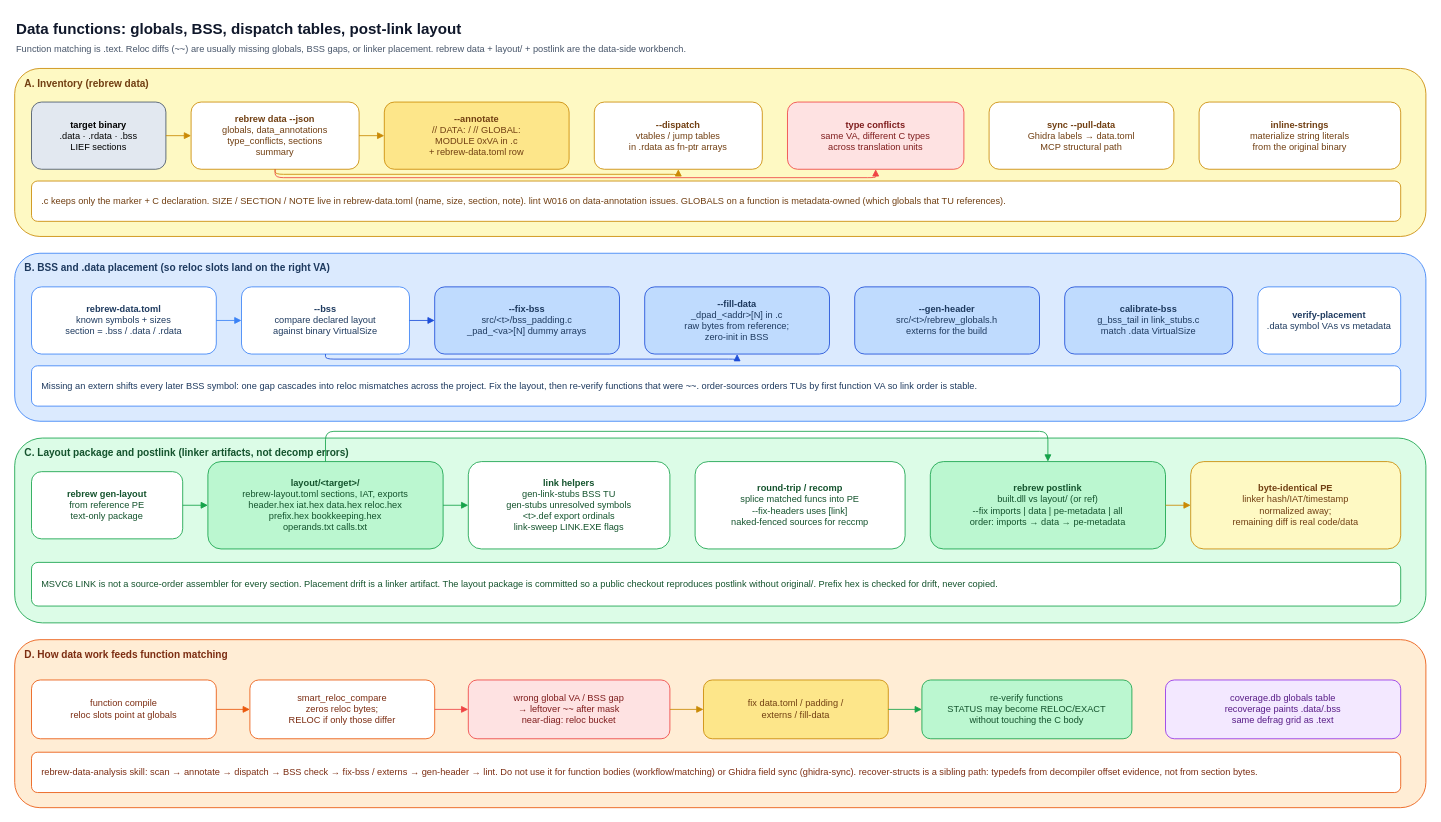
This is page "7. Data, globals, layout" (7 of 9) of docs/architecture.drawio from maci0/rebrew, a draw.io file, before an edit. Source tidied: cells renumbered, new cells numbered last; positions are measured from the earlier drawing's top-left corner, leaving out a move shared by most shapes. Both pictures are drawn from the tidied source at 84%, with x=0, y=0 at pixel (14, 14).
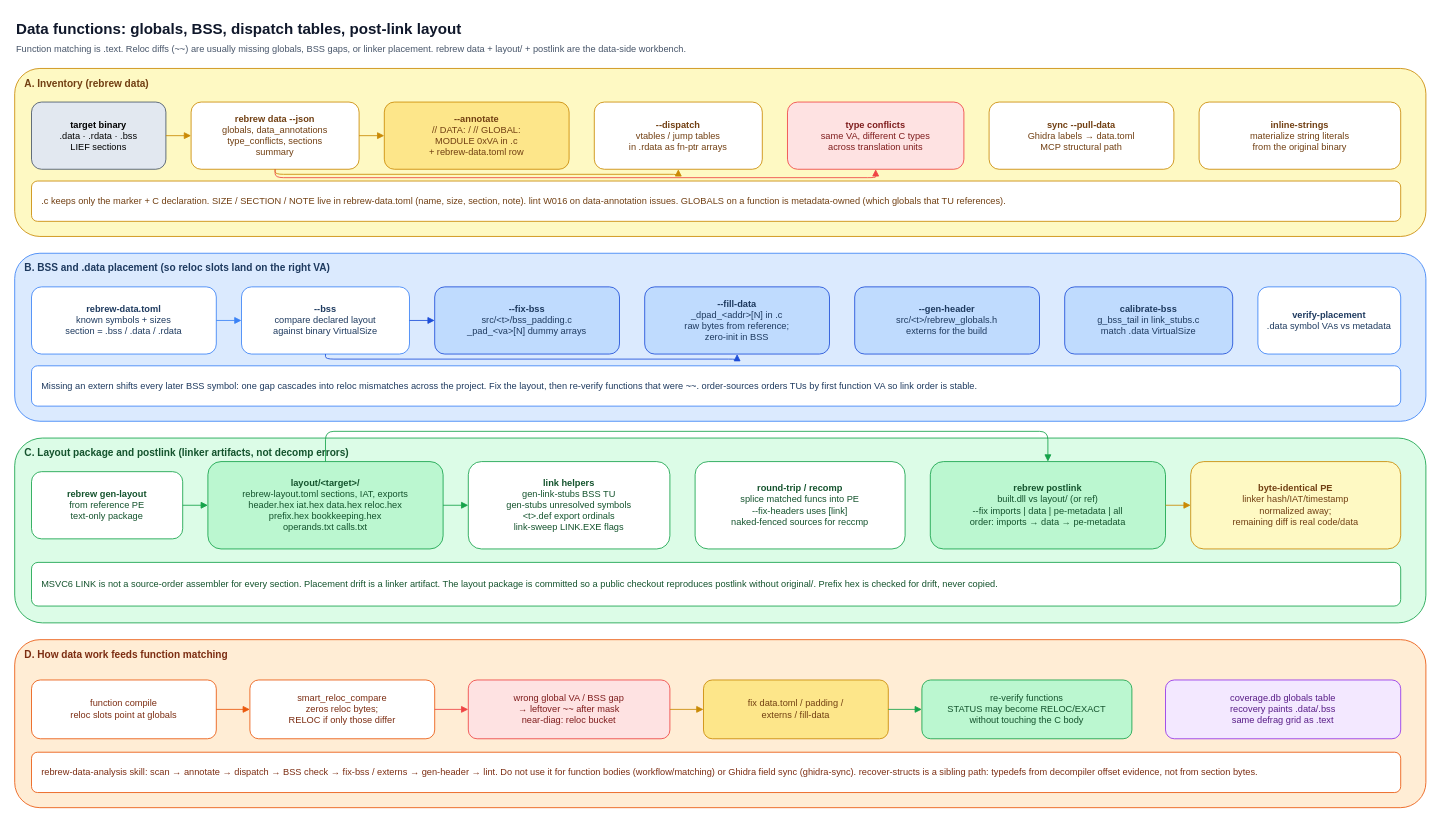
The same page after the edit.

Diff of the diagram source:
```diff
@@
-    <mxCell id="47" value="coverage.db globals table&lt;br&gt;recoverage paints .data/.bss&lt;br&gt;same defrag grid as .text" style="rounded=1;whiteSpace=wrap;html=1;fillColor=#f3e8ff;strokeColor=#9333ea;fontColor=#581c87;align=center;fontSize=11;" parent="1" vertex="1">
+    <mxCell id="47" value="coverage.db globals table&lt;br&gt;recovery paints .data/.bss&lt;br&gt;same defrag grid as .text" style="rounded=1;whiteSpace=wrap;html=1;fillColor=#f3e8ff;strokeColor=#9333ea;fontColor=#581c87;align=center;fontSize=11;" parent="1" vertex="1">
       <mxGeometry x="1370" y="792" width="280" height="70" as="geometry" />
     </mxCell>
```
